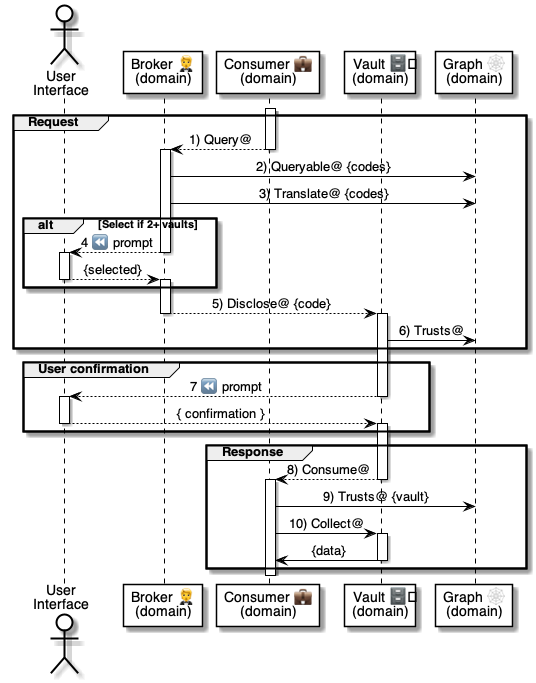
Before: 5 ⏩ Flows/20 💼⏩ Consumers/.📎 Assets/⚙️ Query Vault.png, a diagram exported from PlantUML (pollyweb-org/pollyweb-docs). Its source is kept beside it as 5 ⏩ Flows/20 💼⏩ Consumers/.📎 Assets/⚙️ Query Vault.puml.
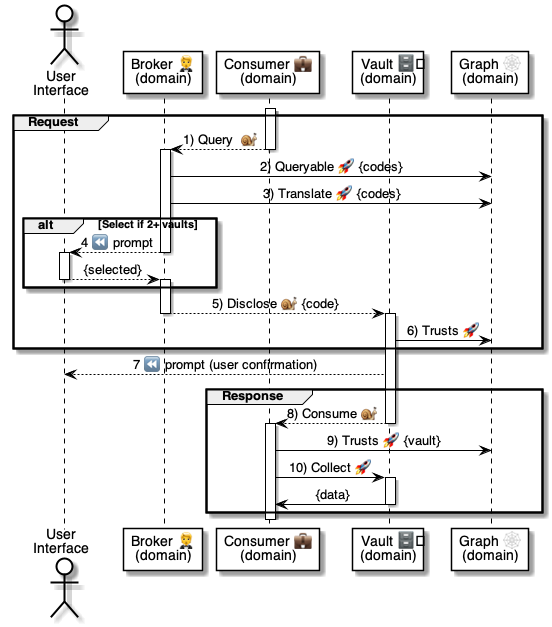
Above is the later version.

Diff of the diagram source:
```diff
@@ -12,12 +12,12 @@
 
 group Request
 
-    consumer --> broker: 1) Query@
+    consumer --> broker: 1) Query  🐌
     deactivate consumer
 
     activate broker
-    broker -> graph: 2) Queryable@ {codes}
-    broker -> graph: 3) Translate@ {codes}
+    broker -> graph: 2) Queryable 🚀 {codes}
+    broker -> graph: 3) Translate 🚀 {codes}
 
     alt Select if 2+ vaults
         broker --> user: 4 ⏪ prompt
@@ -30,36 +30,27 @@
         activate broker
     end alt
 
-    broker --> vault: 5) Disclose@ {code}
+    broker --> vault: 5) Disclose 🐌 {code}
     deactivate broker
 
     activate vault
-    vault -> graph: 6) Trusts@
-
-end group
-
-group User confirmation
-
-    vault --> user: 7 ⏪ prompt
-    deactivate vault
-
-    activate user
-        user --> vault: { confirmation }
-    deactivate user
-
-    activate vault
+    vault -> graph: 6) Trusts 🚀
 
 end group
 
 
+    vault --> user: 7 ⏪ prompt (user confirmation)
+
+
+
 group Response
 
-        vault --> consumer: 8) Consume@
+        vault --> consumer: 8) Consume 🐌
     deactivate vault
 
     activate consumer
-        consumer -> graph: 9) Trusts@ {vault}
-        consumer -> vault: 10) Collect@
+        consumer -> graph: 9) Trusts 🚀 {vault}
+        consumer -> vault: 10) Collect 🚀
         activate vault
             vault -> consumer: {data}
         deactivate vault
```
